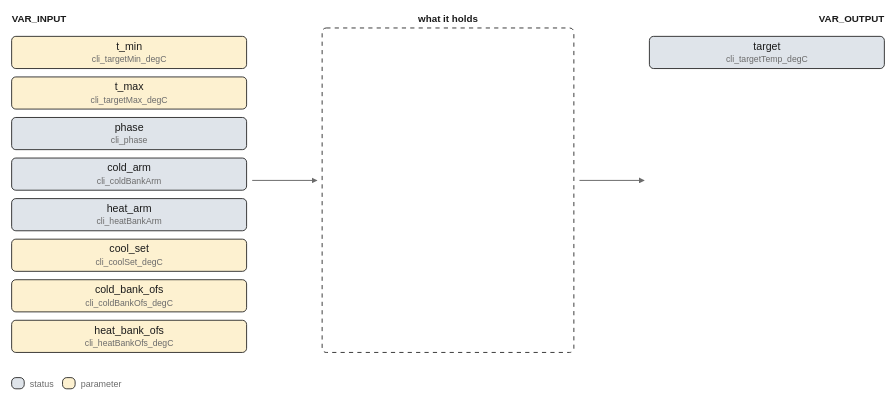
The draw.io diagram images/logic/target_temp.drawio.svg in pstch/botanik2, before a commit. Source tidied: cells renumbered, new cells last; positions are measured from the earlier drawing's top-left corner, leaving out a move shared by most shapes.
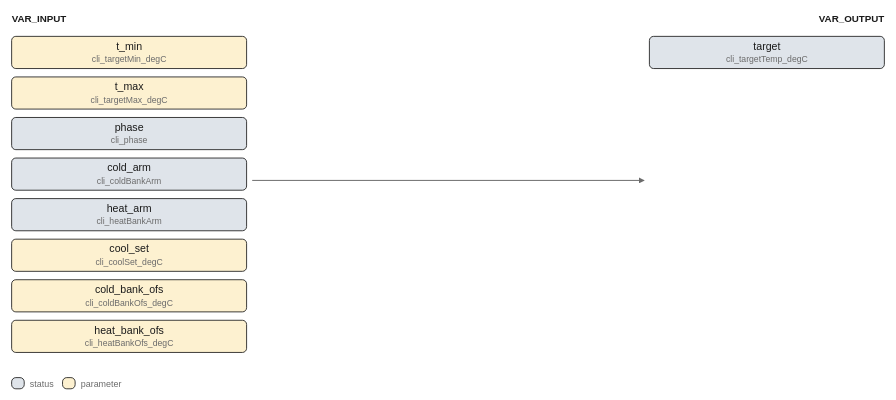
After the commit.

Diff of the diagram source:
```diff
@@ -5,65 +5,53 @@
     <mxCell id="2" value="VAR_INPUT" style="text;html=1;fontSize=7;fontColor=#1a1a1a;align=left;fontStyle=1;" parent="1" vertex="1">
       <mxGeometry width="45" height="11" as="geometry" />
     </mxCell>
-    <mxCell id="3" value="what it holds" style="text;html=1;fontSize=7;fontColor=#1a1a1a;align=center;fontStyle=1;" parent="1" vertex="1">
-      <mxGeometry x="312" width="65" height="11" as="geometry" />
+    <mxCell id="3" value="VAR_OUTPUT" style="text;html=1;fontSize=7;fontColor=#1a1a1a;align=left;fontStyle=1;" parent="1" vertex="1">
+      <mxGeometry x="624" width="50" height="11" as="geometry" />
     </mxCell>
-    <mxCell id="4" value="VAR_OUTPUT" style="text;html=1;fontSize=7;fontColor=#1a1a1a;align=left;fontStyle=1;" parent="1" vertex="1">
-      <mxGeometry x="624" width="50" height="11" as="geometry" />
+    <mxCell id="4" value="t_min" style="rounded=1;fillColor=#fdf1d0;strokeColor=#1a1a1a;whiteSpace=wrap;html=1;fontSize=8;" parent="1" vertex="1">
+      <mxGeometry y="17" width="168" height="23" as="geometry" />
     </mxCell>
-    <mxCell id="5" value="t_min" style="rounded=1;fillColor=#fdf1d0;strokeColor=#1a1a1a;whiteSpace=wrap;html=1;fontSize=8;" parent="1" vertex="1">
-      <mxGeometry y="17" width="168" height="23" as="geometry" />
+    <mxCell id="5" value="t_max" style="rounded=1;fillColor=#fdf1d0;strokeColor=#1a1a1a;whiteSpace=wrap;html=1;fontSize=8;" parent="1" vertex="1">
+      <mxGeometry y="46" width="168" height="23" as="geometry" />
     </mxCell>
-    <mxCell id="6" value="t_max" style="rounded=1;fillColor=#fdf1d0;strokeColor=#1a1a1a;whiteSpace=wrap;html=1;fontSize=8;" parent="1" vertex="1">
-      <mxGeometry y="46" width="168" height="23" as="geometry" />
+    <mxCell id="6" value="phase" style="rounded=1;fillColor=#dfe4ea;strokeColor=#1a1a1a;whiteSpace=wrap;html=1;fontSize=8;" parent="1" vertex="1">
+      <mxGeometry y="75" width="168" height="23" as="geometry" />
     </mxCell>
-    <mxCell id="7" value="phase" style="rounded=1;fillColor=#dfe4ea;strokeColor=#1a1a1a;whiteSpace=wrap;html=1;fontSize=8;" parent="1" vertex="1">
-      <mxGeometry y="75" width="168" height="23" as="geometry" />
+    <mxCell id="7" value="cold_arm" style="rounded=1;fillColor=#dfe4ea;strokeColor=#1a1a1a;whiteSpace=wrap;html=1;fontSize=8;" parent="1" vertex="1">
+      <mxGeometry y="104" width="168" height="23" as="geometry" />
     </mxCell>
-    <mxCell id="8" value="cold_arm" style="rounded=1;fillColor=#dfe4ea;strokeColor=#1a1a1a;whiteSpace=wrap;html=1;fontSize=8;" parent="1" vertex="1">
-      <mxGeometry y="104" width="168" height="23" as="geometry" />
+    <mxCell id="8" value="heat_arm" style="rounded=1;fillColor=#dfe4ea;strokeColor=#1a1a1a;whiteSpace=wrap;html=1;fontSize=8;" parent="1" vertex="1">
+      <mxGeometry y="133" width="168" height="23" as="geometry" />
     </mxCell>
-    <mxCell id="9" value="heat_arm" style="rounded=1;fillColor=#dfe4ea;strokeColor=#1a1a1a;whiteSpace=wrap;html=1;fontSize=8;" parent="1" vertex="1">
-      <mxGeometry y="133" width="168" height="23" as="geometry" />
+    <mxCell id="9" value="cool_set" style="rounded=1;fillColor=#fdf1d0;strokeColor=#1a1a1a;whiteSpace=wrap;html=1;fontSize=8;" parent="1" vertex="1">
+      <mxGeometry y="162" width="168" height="23" as="geometry" />
     </mxCell>
-    <mxCell id="10" value="cool_set" style="rounded=1;fillColor=#fdf1d0;strokeColor=#1a1a1a;whiteSpace=wrap;html=1;fontSize=8;" parent="1" vertex="1">
-      <mxGeometry y="162" width="168" height="23" as="geometry" />
+    <mxCell id="10" value="cold_bank_ofs" style="rounded=1;fillColor=#fdf1d0;strokeColor=#1a1a1a;whiteSpace=wrap;html=1;fontSize=8;" parent="1" vertex="1">
+      <mxGeometry y="191" width="168" height="23" as="geometry" />
     </mxCell>
-    <mxCell id="11" value="cold_bank_ofs" style="rounded=1;fillColor=#fdf1d0;strokeColor=#1a1a1a;whiteSpace=wrap;html=1;fontSize=8;" parent="1" vertex="1">
-      <mxGeometry y="191" width="168" height="23" as="geometry" />
+    <mxCell id="11" value="heat_bank_ofs" style="rounded=1;fillColor=#fdf1d0;strokeColor=#1a1a1a;whiteSpace=wrap;html=1;fontSize=8;" parent="1" vertex="1">
+      <mxGeometry y="220" width="168" height="23" as="geometry" />
     </mxCell>
-    <mxCell id="12" value="heat_bank_ofs" style="rounded=1;fillColor=#fdf1d0;strokeColor=#1a1a1a;whiteSpace=wrap;html=1;fontSize=8;" parent="1" vertex="1">
-      <mxGeometry y="220" width="168" height="23" as="geometry" />
+    <mxCell id="12" value="target" style="rounded=1;fillColor=#dfe4ea;strokeColor=#1a1a1a;whiteSpace=wrap;html=1;fontSize=8;" parent="1" vertex="1">
+      <mxGeometry x="456" y="17" width="168" height="23" as="geometry" />
     </mxCell>
-    <mxCell id="13" value="target" style="rounded=1;fillColor=#dfe4ea;strokeColor=#1a1a1a;whiteSpace=wrap;html=1;fontSize=8;" parent="1" vertex="1">
-      <mxGeometry x="456" y="17" width="168" height="23" as="geometry" />
-    </mxCell>
+    <mxCell id="21" style="edgeStyle=none;html=1;strokeColor=#6b6b6b;endArrow=block;" parent="1" edge="1">
+      <mxGeometry relative="1" as="geometry">
+        <mxPoint x="172" y="120" as="sourcePoint" />
+        <mxPoint x="452" y="120" as="targetPoint" />
+      </mxGeometry>
+    </mxCell>
-    <mxCell id="14" style="rounded=1;fillColor=#ffffff;strokeColor=#1a1a1a;whiteSpace=wrap;html=1;fontSize=8;dashed=1;" parent="1" vertex="1">
-      <mxGeometry x="222" y="11" width="180" height="232" as="geometry" />
+    <mxCell id="14" style="rounded=1;fillColor=#dfe4ea;strokeColor=#1a1a1a;whiteSpace=wrap;html=1;fontSize=8;" parent="1" vertex="1">
+      <mxGeometry y="261" width="9" height="8" as="geometry" />
     </mxCell>
-    <mxCell id="15" style="edgeStyle=none;html=1;strokeColor=#6b6b6b;endArrow=block;" parent="1" edge="1">
-      <mxGeometry relative="1" as="geometry">
-        <mxPoint x="172" y="120" as="sourcePoint" />
-        <mxPoint x="218" y="120" as="targetPoint" />
-      </mxGeometry>
-    </mxCell>
-    <mxCell id="16" style="edgeStyle=none;html=1;strokeColor=#6b6b6b;endArrow=block;" parent="1" edge="1">
-      <mxGeometry relative="1" as="geometry">
-        <mxPoint x="406" y="120" as="sourcePoint" />
-        <mxPoint x="452" y="120" as="targetPoint" />
-      </mxGeometry>
-    </mxCell>
-    <mxCell id="17" style="rounded=1;fillColor=#dfe4ea;strokeColor=#1a1a1a;whiteSpace=wrap;html=1;fontSize=8;" parent="1" vertex="1">
-      <mxGeometry y="261" width="9" height="8" as="geometry" />
-    </mxCell>
     <mxCell id="18" value="status" style="text;html=1;fontSize=6;fontColor=#6b6b6b;align=left;" parent="1" vertex="1">
       <mxGeometry x="13" y="261.6" width="40" height="10.4" as="geometry" />
     </mxCell>
     <mxCell id="19" style="rounded=1;fillColor=#fdf1d0;strokeColor=#1a1a1a;whiteSpace=wrap;html=1;fontSize=8;" parent="1" vertex="1">
       <mxGeometry x="36.4" y="261" width="9" height="8" as="geometry" />
     </mxCell>
-    <mxCell id="20" value="parameter" style="text;html=1;fontSize=6;fontColor=#6b6b6b;align=left;" parent="1" vertex="1">
-      <mxGeometry x="49.4" y="261.6" width="45" height="10.4" as="geometry" />
-    </mxCell>
+    <mxCell id="17" value="parameter" style="text;html=1;fontSize=6;fontColor=#6b6b6b;align=left;" parent="1" vertex="1">
+      <mxGeometry x="49.4" y="261.6" width="45" height="10.4" as="geometry" />
+    </mxCell>
   </root>
 </mxGraphModel>
```
